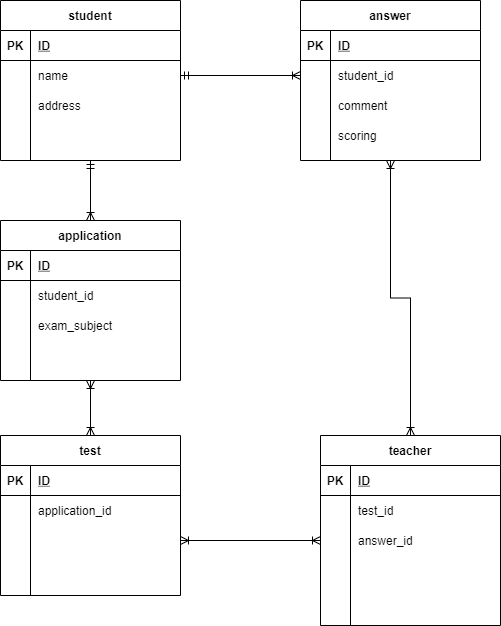
This is index.drawio.png from kouheidesu/gyarmex11, a draw.io export, as it was before one commit. Source tidied: cells renumbered, new cells last; positions are measured from the earlier drawing's top-left corner, leaving out a move shared by most shapes.
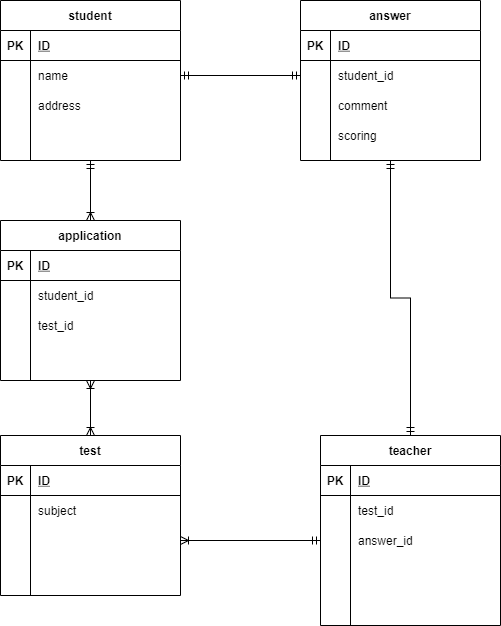
Above is the later version.

The edit, as a diff of the source:
```diff
@@ -122,7 +122,7 @@
     <mxCell id="41" style="shape=partialRectangle;fillColor=none;top=0;left=0;bottom=0;right=0;overflow=hidden;" parent="40" vertex="1">
       <mxGeometry width="30" height="30" as="geometry" />
     </mxCell>
-    <mxCell id="42" value="exam_subject" style="shape=partialRectangle;fillColor=none;top=0;left=0;bottom=0;right=0;align=left;spacingLeft=6;overflow=hidden;" parent="40" vertex="1">
+    <mxCell id="42" value="test_id" style="shape=partialRectangle;fillColor=none;top=0;left=0;bottom=0;right=0;align=left;spacingLeft=6;overflow=hidden;" parent="40" vertex="1">
       <mxGeometry x="30" width="150" height="30" as="geometry" />
     </mxCell>
     <mxCell id="43" style="shape=partialRectangle;fillColor=none;top=0;left=0;bottom=0;right=0;" parent="33" vertex="1">
@@ -134,7 +134,7 @@
     <mxCell id="45" style="shape=partialRectangle;fillColor=none;top=0;left=0;bottom=0;right=0;align=left;spacingLeft=6;overflow=hidden;" parent="43" vertex="1">
       <mxGeometry x="30" width="150" height="30" as="geometry" />
     </mxCell>
-    <mxCell id="46" style="edgeStyle=orthogonalEdgeStyle;rounded=0;jettySize=auto;html=1;exitX=0.5;exitY=1;exitDx=0;exitDy=0;entryX=0.5;entryY=0;entryDx=0;entryDy=0;startArrow=ERoneToMany;startFill=0;endArrow=ERoneToMany;endFill=0;" parent="1" edge="1" source="47" target="16">
+    <mxCell id="46" style="edgeStyle=orthogonalEdgeStyle;rounded=0;jettySize=auto;html=1;exitX=0.5;exitY=1;exitDx=0;exitDy=0;entryX=0.5;entryY=0;entryDx=0;entryDy=0;startArrow=ERmandOne;startFill=0;endArrow=ERmandOne;endFill=0;" parent="1" edge="1" source="47" target="16">
       <mxGeometry relative="1" as="geometry" />
     </mxCell>
     <mxCell id="47" value="answer" style="shape=table;startSize=30;rowLines=0;fontStyle=1;align=center;" parent="1" vertex="1">
@@ -194,7 +194,7 @@
     <mxCell id="65" style="shape=partialRectangle;fillColor=none;top=0;left=0;bottom=0;right=0;overflow=hidden;" parent="64" vertex="1">
       <mxGeometry width="30" height="30" as="geometry" />
     </mxCell>
-    <mxCell id="66" value="application_id" style="shape=partialRectangle;fillColor=none;top=0;left=0;bottom=0;right=0;align=left;spacingLeft=6;overflow=hidden;" parent="64" vertex="1">
+    <mxCell id="66" value="subject" style="shape=partialRectangle;fillColor=none;top=0;left=0;bottom=0;right=0;align=left;spacingLeft=6;overflow=hidden;" parent="64" vertex="1">
       <mxGeometry x="30" width="150" height="30" as="geometry" />
     </mxCell>
     <mxCell id="67" style="shape=partialRectangle;fillColor=none;top=0;left=0;bottom=0;right=0;points=[[0,0.5],[1,0.5]];portConstraint=eastwest;" parent="60" vertex="1">
@@ -215,10 +215,10 @@
     <mxCell id="72" style="shape=partialRectangle;fillColor=none;top=0;left=0;bottom=0;right=0;align=left;spacingLeft=6;overflow=hidden;" parent="70" vertex="1">
       <mxGeometry x="30" width="150" height="30" as="geometry" />
     </mxCell>
-    <mxCell id="73" style="edgeStyle=orthogonalEdgeStyle;rounded=0;jettySize=auto;html=1;exitX=1;exitY=0.5;exitDx=0;exitDy=0;entryX=0;entryY=0.5;entryDx=0;entryDy=0;startArrow=ERoneToMany;startFill=0;endArrow=ERoneToMany;endFill=0;" parent="1" edge="1" source="67" target="23">
+    <mxCell id="73" style="edgeStyle=orthogonalEdgeStyle;rounded=0;jettySize=auto;html=1;exitX=1;exitY=0.5;exitDx=0;exitDy=0;entryX=0;entryY=0.5;entryDx=0;entryDy=0;startArrow=ERoneToMany;startFill=0;endArrow=ERmandOne;endFill=0;" parent="1" edge="1" source="67" target="23">
       <mxGeometry relative="1" as="geometry" />
     </mxCell>
-    <mxCell id="74" style="edgeStyle=orthogonalEdgeStyle;rounded=0;jettySize=auto;html=1;exitX=0;exitY=0.5;exitDx=0;exitDy=0;startArrow=ERoneToMany;startFill=0;endArrow=ERmandOne;endFill=0;" parent="1" edge="1" source="51" target="7">
+    <mxCell id="74" style="edgeStyle=orthogonalEdgeStyle;rounded=0;jettySize=auto;html=1;exitX=0;exitY=0.5;exitDx=0;exitDy=0;startArrow=ERmandOne;startFill=0;endArrow=ERmandOne;endFill=0;" parent="1" edge="1" source="51" target="7">
       <mxGeometry relative="1" as="geometry" />
     </mxCell>
   </root>
```
